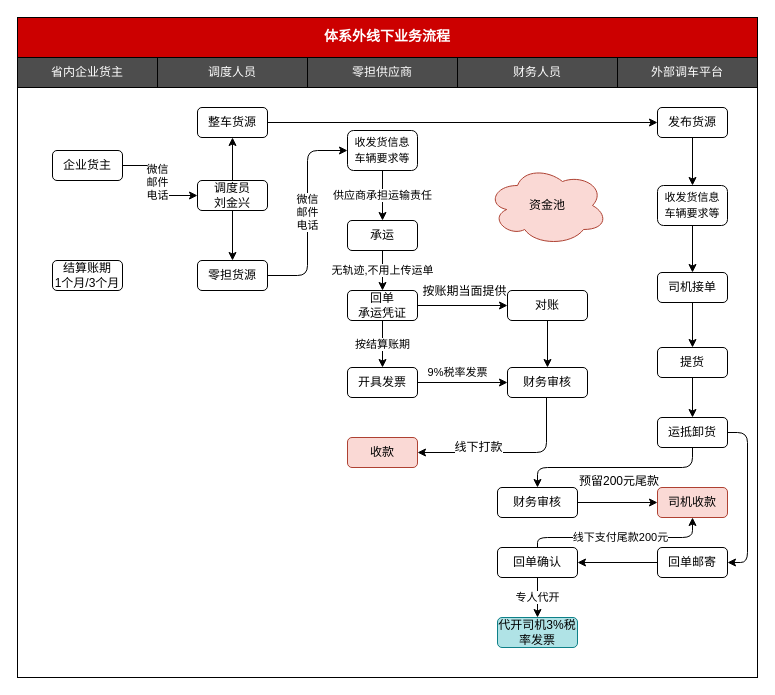
The draw.io diagram 体系外业务流程.drawio in chenyibang/rdpwrap, before the edit. Source tidied: cells renumbered, new cells numbered last; positions are measured from the earlier drawing's top-left corner, leaving out a move shared by most shapes. Both pictures are drawn from the tidied source at 100%, with x=0, y=0 at pixel (17, 17).
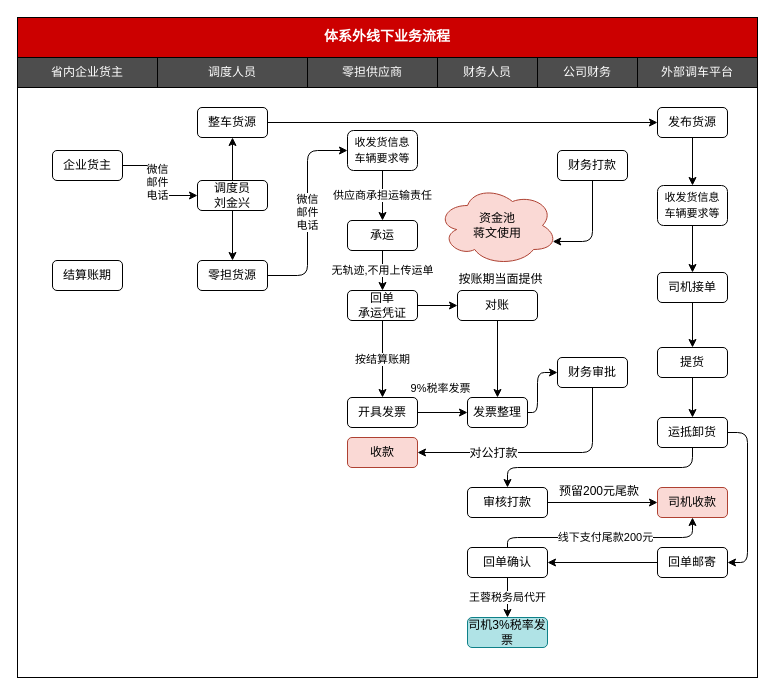
The same diagram, later.

Commit message:
更新体系外业务流程.drawio

Unchanged cells that the change refers to:
```xml
<mxCell id="36" value="运抵卸货" style="rounded=1;whiteSpace=wrap;html=1;" parent="1" vertex="1">
  <mxGeometry x="640" y="400" width="70" height="30" as="geometry" />
</mxCell>
<mxCell id="37" value="收款" style="rounded=1;whiteSpace=wrap;html=1;fillColor=#fad9d5;strokeColor=#ae4132;" parent="1" vertex="1">
  <mxGeometry x="330" y="420" width="70" height="30" as="geometry" />
</mxCell>
<mxCell id="46" value="司机收款" style="rounded=1;whiteSpace=wrap;html=1;fillColor=#fad9d5;strokeColor=#ae4132;" parent="1" vertex="1">
  <mxGeometry x="640" y="470" width="70" height="30" as="geometry" />
</mxCell>
```

The edit, as a diff of the source:
```diff
@@
     <mxCell id="4" value="零担供应商" style="rounded=0;whiteSpace=wrap;html=1;fillColor=#4D4D4D;fontColor=#FFFFFF;" parent="1" vertex="1">
-      <mxGeometry x="290" y="40" width="150" height="30" as="geometry" />
+      <mxGeometry x="290" y="40" width="130" height="30" as="geometry" />
     </mxCell>
     <mxCell id="5" value="财务人员" style="rounded=0;whiteSpace=wrap;html=1;fillColor=#4D4D4D;fontColor=#FFFFFF;" parent="1" vertex="1">
-      <mxGeometry x="440" y="40" width="160" height="30" as="geometry" />
+      <mxGeometry x="420" y="40" width="100" height="30" as="geometry" />
     </mxCell>
@@
     <mxCell id="13" value="外部调车平台" style="rounded=0;whiteSpace=wrap;html=1;fillColor=#4D4D4D;fontColor=#FFFFFF;" parent="1" vertex="1">
-      <mxGeometry x="600" y="40" width="140" height="30" as="geometry" />
+      <mxGeometry x="620" y="40" width="120" height="30" as="geometry" />
     </mxCell>
@@
-    <mxCell id="18" style="edgeStyle=orthogonalEdgeStyle;rounded=1;comic=0;jumpStyle=gap;jumpSize=6;jettySize=auto;html=1;shadow=0;" parent="1" edge="1" source="20" target="38">
+    <mxCell id="18" style="edgeStyle=orthogonalEdgeStyle;rounded=1;comic=0;jumpStyle=gap;jumpSize=6;jettySize=auto;html=1;shadow=0;exitX=1;exitY=0.5;exitDx=0;exitDy=0;entryX=0;entryY=0.5;entryDx=0;entryDy=0;" parent="1" edge="1" source="20" target="38">
       <mxGeometry relative="1" as="geometry">
         <Array as="points">
-          <mxPoint x="420" y="365" />
-          <mxPoint x="420" y="365" />
+          <mxPoint x="420" y="395" />
+          <mxPoint x="420" y="395" />
         </Array>
       </mxGeometry>
     </mxCell>
     <mxCell id="19" value="&lt;span style=&quot;font-size: 11px&quot;&gt;9%税率发票&lt;/span&gt;" style="text;html=1;align=center;verticalAlign=middle;labelBackgroundColor=#ffffff;" parent="18" vertex="1">
       <mxGeometry x="-0.65" y="2" relative="1" as="geometry">
-        <mxPoint x="23" y="-9" as="offset" />
+        <mxPoint x="13" y="-23" as="offset" />
       </mxGeometry>
     </mxCell>
     <mxCell id="20" value="开具发票" style="rounded=1;whiteSpace=wrap;html=1;" parent="1" vertex="1">
-      <mxGeometry x="330" y="350" width="70" height="30" as="geometry" />
+      <mxGeometry x="330" y="380" width="70" height="30" as="geometry" />
     </mxCell>
@@
     <mxCell id="26" value="对账" style="rounded=1;whiteSpace=wrap;html=1;" parent="1" vertex="1">
-      <mxGeometry x="490" y="273" width="80" height="30" as="geometry" />
+      <mxGeometry x="440" y="273" width="80" height="30" as="geometry" />
     </mxCell>
-    <mxCell id="27" value="结算账期&lt;br&gt;1个月/3个月" style="rounded=1;whiteSpace=wrap;html=1;" parent="1" vertex="1">
+    <mxCell id="27" value="结算账期" style="rounded=1;whiteSpace=wrap;html=1;" parent="1" vertex="1">
       <mxGeometry x="35" y="243" width="70" height="30" as="geometry" />
     </mxCell>
@@
     <mxCell id="35" style="edgeStyle=orthogonalEdgeStyle;rounded=1;comic=0;jumpStyle=gap;jumpSize=6;jettySize=auto;html=1;entryX=0.5;entryY=0;entryDx=0;entryDy=0;shadow=0;startArrow=none;startFill=0;strokeColor=#000000;" parent="1" edge="1" source="36" target="45">
       <mxGeometry relative="1" as="geometry">
         <Array as="points">
           <mxPoint x="675" y="450" />
-          <mxPoint x="520" y="450" />
+          <mxPoint x="490" y="450" />
         </Array>
       </mxGeometry>
     </mxCell>
@@
+    <mxCell id="58" style="edgeStyle=orthogonalEdgeStyle;rounded=1;jumpStyle=arc;jettySize=auto;html=1;entryX=0;entryY=0.5;entryDx=0;entryDy=0;startArrow=none;startFill=0;endArrow=classic;endFill=1;" parent="1" edge="1" source="38" target="62">
+      <mxGeometry relative="1" as="geometry">
+        <Array as="points">
+          <mxPoint x="520" y="395" />
+          <mxPoint x="520" y="355" />
+        </Array>
+      </mxGeometry>
+    </mxCell>
-    <mxCell id="38" value="财务审核" style="rounded=1;whiteSpace=wrap;html=1;" parent="1" vertex="1">
-      <mxGeometry x="490" y="350" width="80" height="30" as="geometry" />
+    <mxCell id="38" value="发票整理" style="rounded=1;whiteSpace=wrap;html=1;" parent="1" vertex="1">
+      <mxGeometry x="450" y="380" width="60" height="30" as="geometry" />
     </mxCell>
@@
-    <mxCell id="45" value="财务审核" style="rounded=1;whiteSpace=wrap;html=1;" parent="1" vertex="1">
-      <mxGeometry x="480" y="470" width="80" height="30" as="geometry" />
+    <mxCell id="45" value="审核打款" style="rounded=1;whiteSpace=wrap;html=1;" parent="1" vertex="1">
+      <mxGeometry x="450" y="470" width="80" height="30" as="geometry" />
     </mxCell>
@@
     <mxCell id="49" value="按账期当面提供" style="text;html=1;align=center;verticalAlign=middle;labelBackgroundColor=#ffffff;" parent="1" vertex="1">
-      <mxGeometry x="444" y="300" as="geometry">
+      <mxGeometry x="480" y="288" as="geometry">
         <mxPoint x="2" y="-27" as="offset" />
       </mxGeometry>
     </mxCell>
-    <mxCell id="50" style="edgeStyle=orthogonalEdgeStyle;rounded=1;comic=0;jumpStyle=gap;jumpSize=6;jettySize=auto;html=1;entryX=1;entryY=0.5;entryDx=0;entryDy=0;shadow=0;" parent="1" edge="1" source="38" target="37">
-      <mxGeometry relative="1" as="geometry">
-        <Array as="points">
-          <mxPoint x="529" y="435" />
-        </Array>
-      </mxGeometry>
-    </mxCell>
-    <mxCell id="51" value="线下打款" style="text;html=1;align=center;verticalAlign=middle;labelBackgroundColor=#ffffff;" parent="50" vertex="1">
-      <mxGeometry x="-0.72" y="-1" relative="1" as="geometry">
-        <mxPoint x="-68" y="23" as="offset" />
-      </mxGeometry>
-    </mxCell>
     <mxCell id="52" value="线下支付尾款200元" style="edgeStyle=orthogonalEdgeStyle;rounded=1;comic=0;jumpStyle=gap;jumpSize=6;jettySize=auto;html=1;entryX=0.5;entryY=1;entryDx=0;entryDy=0;shadow=0;startArrow=none;startFill=0;strokeColor=#000000;" parent="1" edge="1" source="54" target="46">
       <mxGeometry relative="1" as="geometry">
         <Array as="points">
-          <mxPoint x="520" y="520" />
+          <mxPoint x="490" y="520" />
           <mxPoint x="675" y="520" />
         </Array>
       </mxGeometry>
     </mxCell>
-    <mxCell id="53" value="专人代开" style="edgeStyle=orthogonalEdgeStyle;rounded=1;comic=0;jumpStyle=gap;jumpSize=6;jettySize=auto;html=1;shadow=0;startArrow=none;startFill=0;strokeColor=#000000;" parent="1" edge="1" source="54" target="55">
+    <mxCell id="53" value="王蓉税务局代开" style="edgeStyle=orthogonalEdgeStyle;rounded=1;comic=0;jumpStyle=gap;jumpSize=6;jettySize=auto;html=1;shadow=0;startArrow=none;startFill=0;strokeColor=#000000;" parent="1" edge="1" source="54" target="55">
       <mxGeometry relative="1" as="geometry" />
     </mxCell>
     <mxCell id="54" value="回单确认" style="rounded=1;whiteSpace=wrap;html=1;" parent="1" vertex="1">
-      <mxGeometry x="480" y="530" width="80" height="30" as="geometry" />
+      <mxGeometry x="450" y="530" width="80" height="30" as="geometry" />
     </mxCell>
-    <mxCell id="55" value="代开司机3%税率发票" style="rounded=1;whiteSpace=wrap;html=1;fillColor=#b0e3e6;strokeColor=#0e8088;" parent="1" vertex="1">
-      <mxGeometry x="480" y="600" width="80" height="30" as="geometry" />
+    <mxCell id="55" value="司机3%税率发票" style="rounded=1;whiteSpace=wrap;html=1;fillColor=#b0e3e6;strokeColor=#0e8088;" parent="1" vertex="1">
+      <mxGeometry x="450" y="600" width="80" height="30" as="geometry" />
     </mxCell>
     <mxCell id="56" value="预留200元尾款" style="text;html=1;" parent="1" vertex="1">
-      <mxGeometry x="560" y="450" width="110" height="30" as="geometry" />
+      <mxGeometry x="540" y="460" width="110" height="30" as="geometry" />
     </mxCell>
+    <mxCell id="59" style="edgeStyle=orthogonalEdgeStyle;rounded=1;jumpStyle=arc;jettySize=auto;html=1;entryX=0.5;entryY=1;entryDx=0;entryDy=0;startArrow=classic;startFill=1;endArrow=none;endFill=0;exitX=0.96;exitY=0.7;exitDx=0;exitDy=0;exitPerimeter=0;" parent="1" edge="1" source="57" target="64">
+      <mxGeometry relative="1" as="geometry">
+        <Array as="points">
+          <mxPoint x="575" y="224" />
+        </Array>
+      </mxGeometry>
+    </mxCell>
-    <mxCell id="57" value="资金池" style="ellipse;shape=cloud;whiteSpace=wrap;html=1;fillColor=#fad9d5;strokeColor=#ae4132;" parent="1" vertex="1">
-      <mxGeometry x="470" y="148" width="120" height="80" as="geometry" />
+    <mxCell id="57" value="资金池&lt;br&gt;蒋文使用" style="ellipse;shape=cloud;whiteSpace=wrap;html=1;fillColor=#fad9d5;strokeColor=#ae4132;" parent="1" vertex="1">
+      <mxGeometry x="420" y="168" width="120" height="80" as="geometry" />
     </mxCell>
+    <mxCell id="60" style="edgeStyle=orthogonalEdgeStyle;rounded=1;jettySize=auto;html=1;entryX=1;entryY=0.5;entryDx=0;entryDy=0;startArrow=none;startFill=0;endArrow=classic;endFill=1;jumpStyle=arc;exitX=0.5;exitY=1;exitDx=0;exitDy=0;" parent="1" edge="1" source="62" target="37">
+      <mxGeometry relative="1" as="geometry" />
+    </mxCell>
+    <mxCell id="61" value="对公打款" style="text;html=1;align=center;verticalAlign=middle;labelBackgroundColor=#ffffff;" parent="60" vertex="1">
+      <mxGeometry x="0.68" y="1" relative="1" as="geometry">
+        <mxPoint x="37" y="-1" as="offset" />
+      </mxGeometry>
+    </mxCell>
+    <mxCell id="62" value="财务审批" style="rounded=1;whiteSpace=wrap;html=1;" parent="1" vertex="1">
+      <mxGeometry x="540" y="340" width="70" height="30" as="geometry" />
+    </mxCell>
+    <mxCell id="63" value="公司财务" style="rounded=0;whiteSpace=wrap;html=1;fillColor=#4D4D4D;fontColor=#FFFFFF;" parent="1" vertex="1">
+      <mxGeometry x="520" y="40" width="100" height="30" as="geometry" />
+    </mxCell>
+    <mxCell id="64" value="财务打款" style="rounded=1;whiteSpace=wrap;html=1;" parent="1" vertex="1">
+      <mxGeometry x="540" y="133" width="70" height="30" as="geometry" />
+    </mxCell>
```
